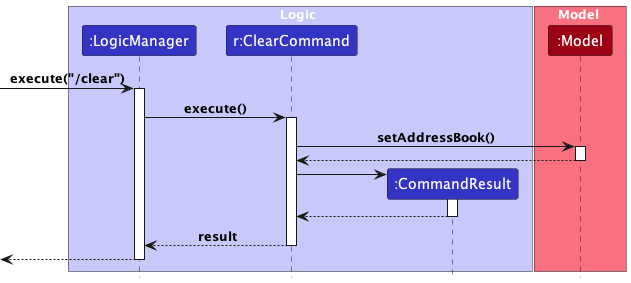
yleeyilin/tp keeps this PlantUML diagram as docs/images/ClearCommandSequenceDiagram.png. Above is the earlier version.
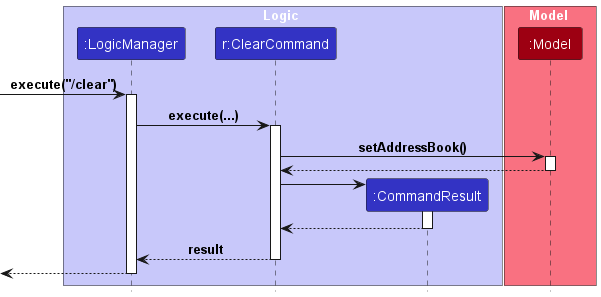
The same diagram one commit later.

Diff of the diagram source:
```diff
@@ -15,7 +15,7 @@
 
 
 
-LogicManager -> ClearCommand : execute()
+LogicManager -> ClearCommand : execute(...)
 activate ClearCommand
 
 
```
